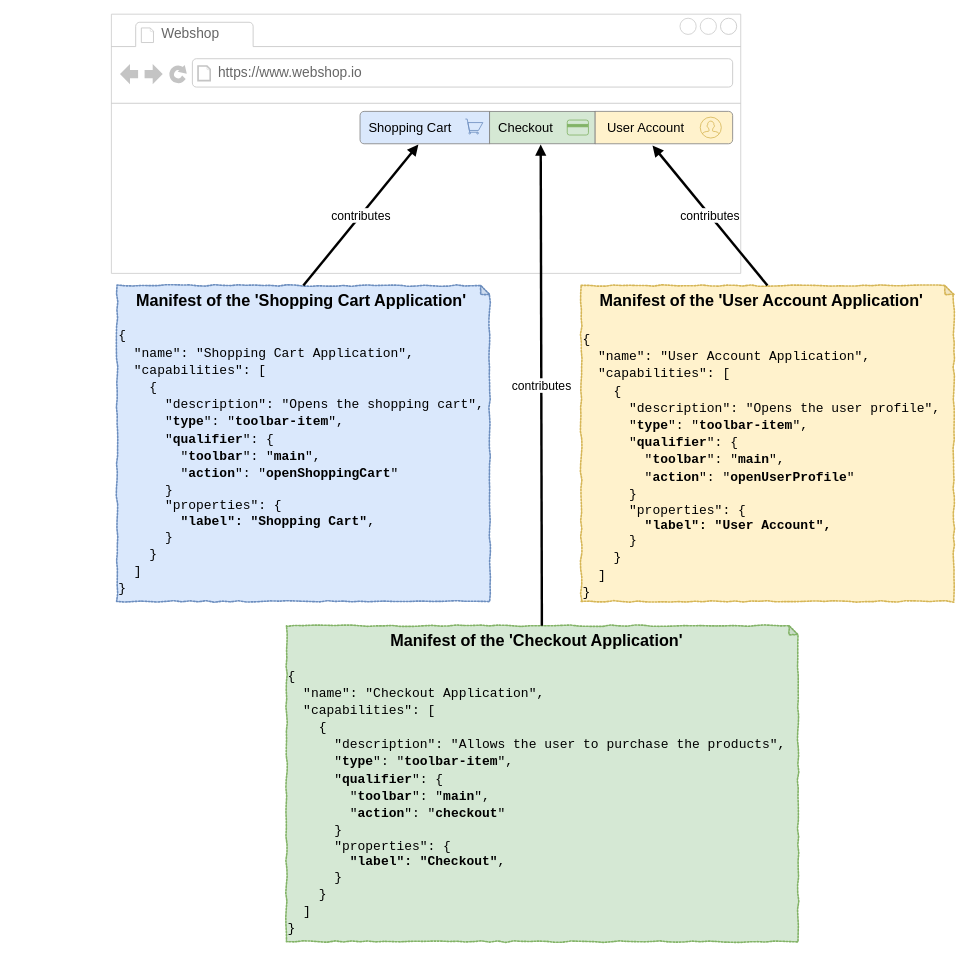
This is page "capability-contribution" (7 of 18) of docs/adoc/microfrontend-platform-developer-guide/developer-guide.drawio from SchweizerischeBundesbahnen/scion-microfrontend-platform, a draw.io file, before an edit. Source tidied: cells renumbered, new cells numbered last; positions are measured from the earlier drawing's top-left corner, leaving out a move shared by most shapes. Both pictures are drawn from the tidied source at 81%, with x=0, y=0 at pixel (14, 14).
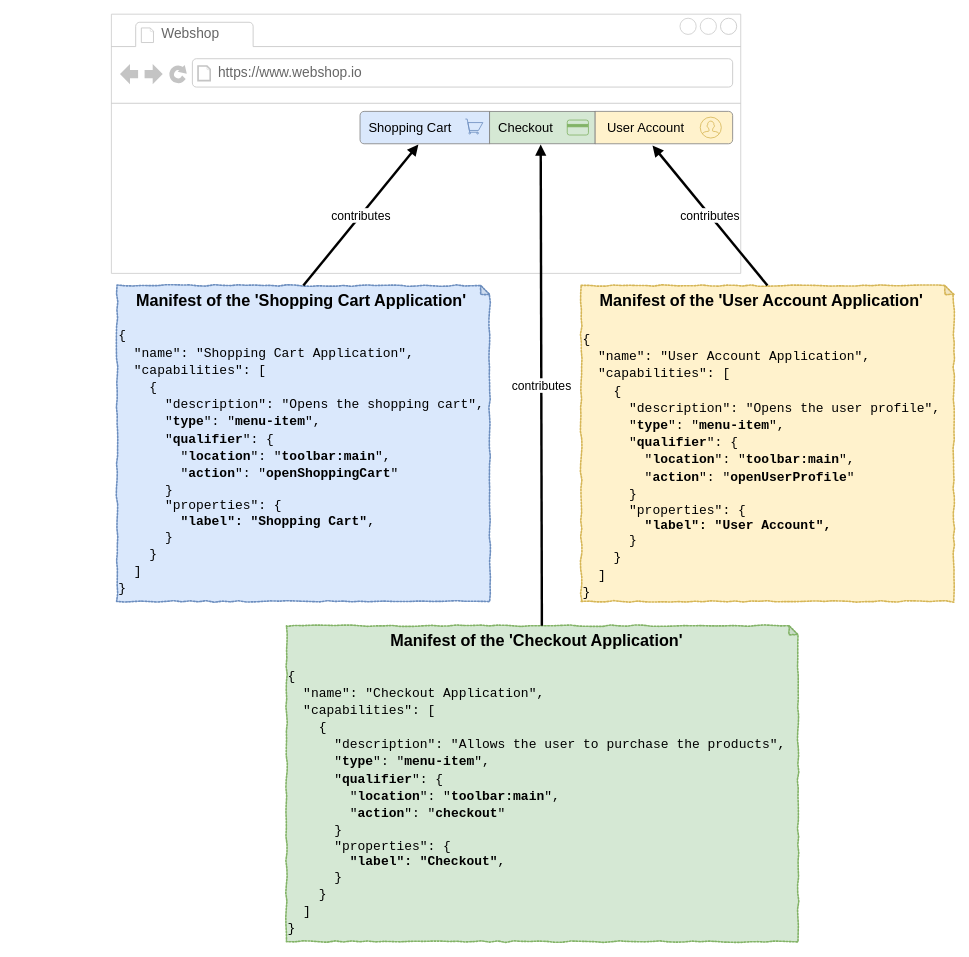
Above is the later version.

What changed in the source:
```diff
@@
-    <mxCell id="14" value="&lt;div style=&quot;text-align: center&quot;&gt;&lt;font size=&quot;1&quot;&gt;&lt;b style=&quot;font-size: 20px&quot;&gt;Manifest of the 'Shopping Cart Application'&lt;/b&gt;&lt;/font&gt;&lt;/div&gt;&lt;div style=&quot;font-size: 17px&quot;&gt;&lt;font face=&quot;Courier New&quot; style=&quot;font-size: 17px&quot;&gt;&lt;br&gt;&lt;/font&gt;&lt;/div&gt;&lt;div style=&quot;font-size: 16px&quot;&gt;&lt;font face=&quot;Courier New&quot; style=&quot;font-size: 16px&quot;&gt;{&lt;/font&gt;&lt;/div&gt;&lt;div style=&quot;font-size: 16px&quot;&gt;&lt;font face=&quot;Courier New&quot; style=&quot;font-size: 16px&quot;&gt;&amp;nbsp; &quot;name&quot;: &quot;Shopping Cart Application&quot;,&lt;/font&gt;&lt;/div&gt;&lt;div style=&quot;font-size: 16px&quot;&gt;&lt;font face=&quot;Courier New&quot; style=&quot;font-size: 16px&quot;&gt;&amp;nbsp; &quot;capabilities&quot;: [&lt;/font&gt;&lt;/div&gt;&lt;div style=&quot;font-size: 16px&quot;&gt;&lt;font face=&quot;Courier New&quot; style=&quot;font-size: 16px&quot;&gt;&amp;nbsp; &amp;nbsp; {&lt;/font&gt;&lt;/div&gt;&lt;div style=&quot;font-size: 16px&quot;&gt;&lt;font face=&quot;Courier New&quot; style=&quot;font-size: 16px&quot;&gt;&amp;nbsp; &amp;nbsp; &amp;nbsp; &quot;description&quot;: &quot;Opens the shopping cart&quot;,&lt;/font&gt;&lt;/div&gt;&lt;div style=&quot;font-size: 16px&quot;&gt;&lt;font face=&quot;Courier New&quot; style=&quot;font-size: 16px&quot;&gt;&amp;nbsp; &amp;nbsp; &amp;nbsp; &quot;&lt;b&gt;type&lt;/b&gt;&quot;: &quot;&lt;b&gt;toolbar-item&lt;/b&gt;&quot;,&lt;/font&gt;&lt;/div&gt;&lt;div style=&quot;font-size: 16px&quot;&gt;&lt;font face=&quot;Courier New&quot; style=&quot;font-size: 16px&quot;&gt;&amp;nbsp; &amp;nbsp; &amp;nbsp; &quot;&lt;b&gt;qualifier&lt;/b&gt;&quot;: {&lt;/font&gt;&lt;/div&gt;&lt;div style=&quot;font-size: 16px&quot;&gt;&lt;font face=&quot;Courier New&quot; style=&quot;font-size: 16px&quot;&gt;&amp;nbsp; &amp;nbsp; &amp;nbsp; &amp;nbsp; &quot;&lt;b&gt;toolbar&lt;/b&gt;&quot;: &quot;&lt;b&gt;main&lt;/b&gt;&quot;,&lt;/font&gt;&lt;/div&gt;&lt;div style=&quot;font-size: 16px&quot;&gt;&lt;font face=&quot;Courier New&quot; style=&quot;font-size: 16px&quot;&gt;&amp;nbsp; &amp;nbsp; &amp;nbsp; &amp;nbsp; &quot;&lt;b&gt;action&lt;/b&gt;&quot;: &quot;&lt;b&gt;openShoppingCart&lt;/b&gt;&quot;&lt;/font&gt;&lt;/div&gt;&lt;div style=&quot;font-size: 16px&quot;&gt;&lt;font face=&quot;Courier New&quot; style=&quot;font-size: 16px&quot;&gt;&amp;nbsp; &amp;nbsp; &amp;nbsp; }&lt;/font&gt;&lt;/div&gt;&lt;div style=&quot;font-size: 16px&quot;&gt;&lt;font face=&quot;Courier New&quot; style=&quot;font-size: 16px&quot;&gt;&lt;div&gt;&amp;nbsp; &amp;nbsp; &amp;nbsp; &quot;properties&quot;: {&lt;/div&gt;&lt;div&gt;&amp;nbsp; &amp;nbsp; &amp;nbsp; &amp;nbsp; &lt;b&gt;&quot;label&quot;: &quot;Shopping Cart&quot;&lt;/b&gt;,&lt;/div&gt;&lt;div&gt;&amp;nbsp; &amp;nbsp; &amp;nbsp; }&lt;/div&gt;&lt;/font&gt;&lt;/div&gt;&lt;div style=&quot;font-size: 16px&quot;&gt;&lt;font face=&quot;Courier New&quot; style=&quot;font-size: 16px&quot;&gt;&amp;nbsp; &amp;nbsp; }&lt;/font&gt;&lt;/div&gt;&lt;div style=&quot;font-size: 16px&quot;&gt;&lt;font face=&quot;Courier New&quot; style=&quot;font-size: 16px&quot;&gt;&amp;nbsp; ]&lt;/font&gt;&lt;/div&gt;&lt;div style=&quot;font-size: 16px&quot;&gt;&lt;font face=&quot;Courier New&quot; style=&quot;font-size: 16px&quot;&gt;}&lt;/font&gt;&lt;/div&gt;" style="shape=note;whiteSpace=wrap;html=1;backgroundOutline=1;darkOpacity=0.05;rounded=0;shadow=0;glass=0;comic=1;strokeColor=#6c8ebf;strokeWidth=2;fillColor=#dae8fc;align=left;dashed=1;dashPattern=1 1;size=11;verticalAlign=top;" parent="1" vertex="1">
+    <mxCell id="14" value="&lt;div style=&quot;text-align: center&quot;&gt;&lt;font size=&quot;1&quot;&gt;&lt;b style=&quot;font-size: 20px&quot;&gt;Manifest of the 'Shopping Cart Application'&lt;/b&gt;&lt;/font&gt;&lt;/div&gt;&lt;div style=&quot;font-size: 17px&quot;&gt;&lt;font face=&quot;Courier New&quot; style=&quot;font-size: 17px&quot;&gt;&lt;br&gt;&lt;/font&gt;&lt;/div&gt;&lt;div style=&quot;font-size: 16px&quot;&gt;&lt;font face=&quot;Courier New&quot; style=&quot;font-size: 16px&quot;&gt;{&lt;/font&gt;&lt;/div&gt;&lt;div style=&quot;font-size: 16px&quot;&gt;&lt;font face=&quot;Courier New&quot; style=&quot;font-size: 16px&quot;&gt;&amp;nbsp; &quot;name&quot;: &quot;Shopping Cart Application&quot;,&lt;/font&gt;&lt;/div&gt;&lt;div style=&quot;font-size: 16px&quot;&gt;&lt;font face=&quot;Courier New&quot; style=&quot;font-size: 16px&quot;&gt;&amp;nbsp; &quot;capabilities&quot;: [&lt;/font&gt;&lt;/div&gt;&lt;div style=&quot;font-size: 16px&quot;&gt;&lt;font face=&quot;Courier New&quot; style=&quot;font-size: 16px&quot;&gt;&amp;nbsp; &amp;nbsp; {&lt;/font&gt;&lt;/div&gt;&lt;div style=&quot;font-size: 16px&quot;&gt;&lt;font face=&quot;Courier New&quot; style=&quot;font-size: 16px&quot;&gt;&amp;nbsp; &amp;nbsp; &amp;nbsp; &quot;description&quot;: &quot;Opens the shopping cart&quot;,&lt;/font&gt;&lt;/div&gt;&lt;div style=&quot;font-size: 16px&quot;&gt;&lt;font face=&quot;Courier New&quot; style=&quot;font-size: 16px&quot;&gt;&amp;nbsp; &amp;nbsp; &amp;nbsp; &quot;&lt;b&gt;type&lt;/b&gt;&quot;: &quot;&lt;b&gt;menu-item&lt;/b&gt;&quot;,&lt;/font&gt;&lt;/div&gt;&lt;div style=&quot;font-size: 16px&quot;&gt;&lt;font face=&quot;Courier New&quot; style=&quot;font-size: 16px&quot;&gt;&amp;nbsp; &amp;nbsp; &amp;nbsp; &quot;&lt;b&gt;qualifier&lt;/b&gt;&quot;: {&lt;/font&gt;&lt;/div&gt;&lt;div style=&quot;font-size: 16px&quot;&gt;&lt;font face=&quot;Courier New&quot; style=&quot;font-size: 16px&quot;&gt;&amp;nbsp; &amp;nbsp; &amp;nbsp; &amp;nbsp; &quot;&lt;b&gt;location&lt;/b&gt;&quot;: &quot;&lt;b&gt;toolbar:main&lt;/b&gt;&quot;,&lt;/font&gt;&lt;/div&gt;&lt;div style=&quot;font-size: 16px&quot;&gt;&lt;font face=&quot;Courier New&quot; style=&quot;font-size: 16px&quot;&gt;&amp;nbsp; &amp;nbsp; &amp;nbsp; &amp;nbsp; &quot;&lt;b&gt;action&lt;/b&gt;&quot;: &quot;&lt;b&gt;openShoppingCart&lt;/b&gt;&quot;&lt;/font&gt;&lt;/div&gt;&lt;div style=&quot;font-size: 16px&quot;&gt;&lt;font face=&quot;Courier New&quot; style=&quot;font-size: 16px&quot;&gt;&amp;nbsp; &amp;nbsp; &amp;nbsp; }&lt;/font&gt;&lt;/div&gt;&lt;div style=&quot;font-size: 16px&quot;&gt;&lt;font face=&quot;Courier New&quot; style=&quot;font-size: 16px&quot;&gt;&lt;div&gt;&amp;nbsp; &amp;nbsp; &amp;nbsp; &quot;properties&quot;: {&lt;/div&gt;&lt;div&gt;&amp;nbsp; &amp;nbsp; &amp;nbsp; &amp;nbsp; &lt;b&gt;&quot;label&quot;: &quot;Shopping Cart&quot;&lt;/b&gt;,&lt;/div&gt;&lt;div&gt;&amp;nbsp; &amp;nbsp; &amp;nbsp; }&lt;/div&gt;&lt;/font&gt;&lt;/div&gt;&lt;div style=&quot;font-size: 16px&quot;&gt;&lt;font face=&quot;Courier New&quot; style=&quot;font-size: 16px&quot;&gt;&amp;nbsp; &amp;nbsp; }&lt;/font&gt;&lt;/div&gt;&lt;div style=&quot;font-size: 16px&quot;&gt;&lt;font face=&quot;Courier New&quot; style=&quot;font-size: 16px&quot;&gt;&amp;nbsp; ]&lt;/font&gt;&lt;/div&gt;&lt;div style=&quot;font-size: 16px&quot;&gt;&lt;font face=&quot;Courier New&quot; style=&quot;font-size: 16px&quot;&gt;}&lt;/font&gt;&lt;/div&gt;" style="shape=note;whiteSpace=wrap;html=1;backgroundOutline=1;darkOpacity=0.05;rounded=0;shadow=0;glass=0;comic=1;strokeColor=#6c8ebf;strokeWidth=2;fillColor=#dae8fc;align=left;dashed=1;dashPattern=1 1;size=11;verticalAlign=top;" parent="1" vertex="1">
       <mxGeometry x="127" y="335" width="460" height="390" as="geometry" />
     </mxCell>
-    <mxCell id="15" value="&lt;div style=&quot;text-align: center&quot;&gt;&lt;font size=&quot;1&quot;&gt;&lt;b style=&quot;font-size: 20px&quot;&gt;Manifest of the 'Checkout Application'&lt;/b&gt;&lt;/font&gt;&lt;/div&gt;&lt;div style=&quot;font-size: 17px&quot;&gt;&lt;font face=&quot;Courier New&quot; style=&quot;font-size: 17px&quot;&gt;&lt;br&gt;&lt;/font&gt;&lt;/div&gt;&lt;div style=&quot;font-size: 16px&quot;&gt;&lt;font face=&quot;Courier New&quot; style=&quot;font-size: 16px&quot;&gt;{&lt;/font&gt;&lt;/div&gt;&lt;div style=&quot;font-size: 16px&quot;&gt;&lt;font face=&quot;Courier New&quot; style=&quot;font-size: 16px&quot;&gt;&amp;nbsp; &quot;name&quot;: &quot;Checkout Application&quot;,&lt;/font&gt;&lt;/div&gt;&lt;div style=&quot;font-size: 16px&quot;&gt;&lt;font face=&quot;Courier New&quot; style=&quot;font-size: 16px&quot;&gt;&amp;nbsp; &quot;capabilities&quot;: [&lt;/font&gt;&lt;/div&gt;&lt;div style=&quot;font-size: 16px&quot;&gt;&lt;font face=&quot;Courier New&quot; style=&quot;font-size: 16px&quot;&gt;&amp;nbsp; &amp;nbsp; {&lt;/font&gt;&lt;/div&gt;&lt;div style=&quot;font-size: 16px&quot;&gt;&lt;font face=&quot;Courier New&quot; style=&quot;font-size: 16px&quot;&gt;&amp;nbsp; &amp;nbsp; &amp;nbsp; &quot;description&quot;: &quot;Allows the user to purchase the products&quot;,&lt;/font&gt;&lt;/div&gt;&lt;div style=&quot;font-size: 16px&quot;&gt;&lt;font face=&quot;Courier New&quot; style=&quot;font-size: 16px&quot;&gt;&amp;nbsp; &amp;nbsp; &amp;nbsp; &quot;&lt;b&gt;type&lt;/b&gt;&quot;: &quot;&lt;b&gt;toolbar-item&lt;/b&gt;&quot;,&lt;/font&gt;&lt;/div&gt;&lt;div style=&quot;font-size: 16px&quot;&gt;&lt;font face=&quot;Courier New&quot; style=&quot;font-size: 16px&quot;&gt;&amp;nbsp; &amp;nbsp; &amp;nbsp; &quot;&lt;b&gt;qualifier&lt;/b&gt;&quot;: {&lt;/font&gt;&lt;/div&gt;&lt;div style=&quot;font-size: 16px&quot;&gt;&lt;font face=&quot;Courier New&quot; style=&quot;font-size: 16px&quot;&gt;&amp;nbsp; &amp;nbsp; &amp;nbsp; &amp;nbsp; &quot;&lt;b&gt;toolbar&lt;/b&gt;&quot;: &quot;&lt;b&gt;main&lt;/b&gt;&quot;,&lt;/font&gt;&lt;/div&gt;&lt;div style=&quot;font-size: 16px&quot;&gt;&lt;font face=&quot;Courier New&quot; style=&quot;font-size: 16px&quot;&gt;&amp;nbsp; &amp;nbsp; &amp;nbsp; &amp;nbsp; &quot;&lt;b&gt;action&lt;/b&gt;&quot;: &quot;&lt;b&gt;checkout&lt;/b&gt;&quot;&lt;/font&gt;&lt;/div&gt;&lt;div style=&quot;font-size: 16px&quot;&gt;&lt;font face=&quot;Courier New&quot; style=&quot;font-size: 16px&quot;&gt;&amp;nbsp; &amp;nbsp; &amp;nbsp; }&lt;/font&gt;&lt;/div&gt;&lt;div style=&quot;font-size: 16px&quot;&gt;&lt;div style=&quot;font-family: &amp;#34;courier new&amp;#34;&quot;&gt;&amp;nbsp; &amp;nbsp; &amp;nbsp; &quot;properties&quot;: {&lt;/div&gt;&lt;div style=&quot;font-family: &amp;#34;courier new&amp;#34;&quot;&gt;&amp;nbsp; &amp;nbsp; &amp;nbsp; &amp;nbsp; &lt;b&gt;&quot;label&quot;: &quot;Checkout&quot;&lt;/b&gt;,&lt;/div&gt;&lt;div style=&quot;font-family: &amp;#34;courier new&amp;#34;&quot;&gt;&amp;nbsp; &amp;nbsp; &amp;nbsp; }&lt;/div&gt;&lt;/div&gt;&lt;div style=&quot;font-size: 16px&quot;&gt;&lt;font face=&quot;Courier New&quot; style=&quot;font-size: 16px&quot;&gt;&amp;nbsp; &amp;nbsp; }&lt;/font&gt;&lt;/div&gt;&lt;div style=&quot;font-size: 16px&quot;&gt;&lt;font face=&quot;Courier New&quot; style=&quot;font-size: 16px&quot;&gt;&amp;nbsp; ]&lt;/font&gt;&lt;/div&gt;&lt;div style=&quot;font-size: 16px&quot;&gt;&lt;font face=&quot;Courier New&quot; style=&quot;font-size: 16px&quot;&gt;}&lt;/font&gt;&lt;/div&gt;" style="shape=note;whiteSpace=wrap;html=1;backgroundOutline=1;darkOpacity=0.05;rounded=0;shadow=0;glass=0;comic=1;strokeColor=#82b366;strokeWidth=2;fillColor=#d5e8d4;align=left;dashed=1;dashPattern=1 1;size=11;verticalAlign=top;" parent="1" vertex="1">
+    <mxCell id="15" value="&lt;div style=&quot;text-align: center&quot;&gt;&lt;font size=&quot;1&quot;&gt;&lt;b style=&quot;font-size: 20px&quot;&gt;Manifest of the 'Checkout Application'&lt;/b&gt;&lt;/font&gt;&lt;/div&gt;&lt;div style=&quot;font-size: 17px&quot;&gt;&lt;font face=&quot;Courier New&quot; style=&quot;font-size: 17px&quot;&gt;&lt;br&gt;&lt;/font&gt;&lt;/div&gt;&lt;div style=&quot;font-size: 16px&quot;&gt;&lt;font face=&quot;Courier New&quot; style=&quot;font-size: 16px&quot;&gt;{&lt;/font&gt;&lt;/div&gt;&lt;div style=&quot;font-size: 16px&quot;&gt;&lt;font face=&quot;Courier New&quot; style=&quot;font-size: 16px&quot;&gt;&amp;nbsp; &quot;name&quot;: &quot;Checkout Application&quot;,&lt;/font&gt;&lt;/div&gt;&lt;div style=&quot;font-size: 16px&quot;&gt;&lt;font face=&quot;Courier New&quot; style=&quot;font-size: 16px&quot;&gt;&amp;nbsp; &quot;capabilities&quot;: [&lt;/font&gt;&lt;/div&gt;&lt;div style=&quot;font-size: 16px&quot;&gt;&lt;font face=&quot;Courier New&quot; style=&quot;font-size: 16px&quot;&gt;&amp;nbsp; &amp;nbsp; {&lt;/font&gt;&lt;/div&gt;&lt;div style=&quot;font-size: 16px&quot;&gt;&lt;font face=&quot;Courier New&quot; style=&quot;font-size: 16px&quot;&gt;&amp;nbsp; &amp;nbsp; &amp;nbsp; &quot;description&quot;: &quot;Allows the user to purchase the products&quot;,&lt;/font&gt;&lt;/div&gt;&lt;div style=&quot;font-size: 16px&quot;&gt;&lt;font face=&quot;Courier New&quot; style=&quot;font-size: 16px&quot;&gt;&amp;nbsp; &amp;nbsp; &amp;nbsp; &quot;&lt;b&gt;type&lt;/b&gt;&quot;: &quot;&lt;b&gt;menu-item&lt;/b&gt;&quot;,&lt;/font&gt;&lt;/div&gt;&lt;div style=&quot;font-size: 16px&quot;&gt;&lt;font face=&quot;Courier New&quot; style=&quot;font-size: 16px&quot;&gt;&amp;nbsp; &amp;nbsp; &amp;nbsp; &quot;&lt;b&gt;qualifier&lt;/b&gt;&quot;: {&lt;/font&gt;&lt;/div&gt;&lt;div style=&quot;font-size: 16px&quot;&gt;&lt;font face=&quot;Courier New&quot; style=&quot;font-size: 16px&quot;&gt;&amp;nbsp; &amp;nbsp; &amp;nbsp; &amp;nbsp; &quot;&lt;b&gt;location&lt;/b&gt;&quot;: &quot;&lt;b&gt;toolbar:main&lt;/b&gt;&quot;,&lt;/font&gt;&lt;/div&gt;&lt;div style=&quot;font-size: 16px&quot;&gt;&lt;font face=&quot;Courier New&quot; style=&quot;font-size: 16px&quot;&gt;&amp;nbsp; &amp;nbsp; &amp;nbsp; &amp;nbsp; &quot;&lt;b&gt;action&lt;/b&gt;&quot;: &quot;&lt;b&gt;checkout&lt;/b&gt;&quot;&lt;/font&gt;&lt;/div&gt;&lt;div style=&quot;font-size: 16px&quot;&gt;&lt;font face=&quot;Courier New&quot; style=&quot;font-size: 16px&quot;&gt;&amp;nbsp; &amp;nbsp; &amp;nbsp; }&lt;/font&gt;&lt;/div&gt;&lt;div style=&quot;font-size: 16px&quot;&gt;&lt;div style=&quot;font-family: &amp;#34;courier new&amp;#34;&quot;&gt;&amp;nbsp; &amp;nbsp; &amp;nbsp; &quot;properties&quot;: {&lt;/div&gt;&lt;div style=&quot;font-family: &amp;#34;courier new&amp;#34;&quot;&gt;&amp;nbsp; &amp;nbsp; &amp;nbsp; &amp;nbsp; &lt;b&gt;&quot;label&quot;: &quot;Checkout&quot;&lt;/b&gt;,&lt;/div&gt;&lt;div style=&quot;font-family: &amp;#34;courier new&amp;#34;&quot;&gt;&amp;nbsp; &amp;nbsp; &amp;nbsp; }&lt;/div&gt;&lt;/div&gt;&lt;div style=&quot;font-size: 16px&quot;&gt;&lt;font face=&quot;Courier New&quot; style=&quot;font-size: 16px&quot;&gt;&amp;nbsp; &amp;nbsp; }&lt;/font&gt;&lt;/div&gt;&lt;div style=&quot;font-size: 16px&quot;&gt;&lt;font face=&quot;Courier New&quot; style=&quot;font-size: 16px&quot;&gt;&amp;nbsp; ]&lt;/font&gt;&lt;/div&gt;&lt;div style=&quot;font-size: 16px&quot;&gt;&lt;font face=&quot;Courier New&quot; style=&quot;font-size: 16px&quot;&gt;}&lt;/font&gt;&lt;/div&gt;" style="shape=note;whiteSpace=wrap;html=1;backgroundOutline=1;darkOpacity=0.05;rounded=0;shadow=0;glass=0;comic=1;strokeColor=#82b366;strokeWidth=2;fillColor=#d5e8d4;align=left;dashed=1;dashPattern=1 1;size=11;verticalAlign=top;" parent="1" vertex="1">
       <mxGeometry x="336.2" y="755" width="631.5" height="390" as="geometry" />
     </mxCell>
-    <mxCell id="16" value="&lt;div style=&quot;text-align: center ; font-size: 20px&quot;&gt;&lt;font style=&quot;font-size: 20px&quot;&gt;&lt;b&gt;Manifest of the 'User Account Application'&lt;/b&gt;&lt;/font&gt;&lt;/div&gt;&lt;div style=&quot;font-size: 20px&quot;&gt;&lt;font face=&quot;Courier New&quot; style=&quot;font-size: 20px&quot;&gt;&lt;br&gt;&lt;/font&gt;&lt;/div&gt;&lt;div style=&quot;font-size: 16px&quot;&gt;&lt;font face=&quot;Courier New&quot; style=&quot;font-size: 16px&quot;&gt;{&lt;/font&gt;&lt;/div&gt;&lt;div style=&quot;font-size: 16px&quot;&gt;&lt;font face=&quot;Courier New&quot; style=&quot;font-size: 16px&quot;&gt;&amp;nbsp; &quot;name&quot;: &quot;User Account Application&quot;,&lt;/font&gt;&lt;/div&gt;&lt;div style=&quot;font-size: 16px&quot;&gt;&lt;font face=&quot;Courier New&quot; style=&quot;font-size: 16px&quot;&gt;&amp;nbsp; &quot;capabilities&quot;: [&lt;/font&gt;&lt;/div&gt;&lt;div style=&quot;font-size: 16px&quot;&gt;&lt;font face=&quot;Courier New&quot; style=&quot;font-size: 16px&quot;&gt;&amp;nbsp; &amp;nbsp; {&lt;/font&gt;&lt;/div&gt;&lt;div style=&quot;font-size: 16px&quot;&gt;&lt;font face=&quot;Courier New&quot; style=&quot;font-size: 16px&quot;&gt;&amp;nbsp; &amp;nbsp; &amp;nbsp; &quot;description&quot;: &quot;Opens the user profile&quot;,&lt;/font&gt;&lt;/div&gt;&lt;div style=&quot;font-size: 16px&quot;&gt;&lt;font face=&quot;Courier New&quot; style=&quot;font-size: 16px&quot;&gt;&amp;nbsp; &amp;nbsp; &amp;nbsp; &quot;&lt;b&gt;type&lt;/b&gt;&quot;: &quot;&lt;b&gt;toolbar-item&lt;/b&gt;&quot;,&lt;/font&gt;&lt;/div&gt;&lt;div style=&quot;font-size: 16px&quot;&gt;&lt;font face=&quot;Courier New&quot; style=&quot;font-size: 16px&quot;&gt;&amp;nbsp; &amp;nbsp; &amp;nbsp; &quot;&lt;b&gt;qualifier&lt;/b&gt;&quot;: {&lt;/font&gt;&lt;/div&gt;&lt;div style=&quot;font-size: 16px&quot;&gt;&lt;font face=&quot;Courier New&quot; style=&quot;font-size: 16px&quot;&gt;&amp;nbsp; &amp;nbsp; &amp;nbsp; &amp;nbsp; &quot;&lt;b&gt;toolbar&lt;/b&gt;&quot;: &quot;&lt;b&gt;main&lt;/b&gt;&quot;,&lt;/font&gt;&lt;/div&gt;&lt;div style=&quot;font-size: 16px&quot;&gt;&lt;font face=&quot;Courier New&quot; style=&quot;font-size: 16px&quot;&gt;&amp;nbsp; &amp;nbsp; &amp;nbsp; &amp;nbsp; &quot;&lt;b&gt;action&lt;/b&gt;&quot;: &quot;&lt;b&gt;openUserProfile&lt;/b&gt;&quot;&lt;/font&gt;&lt;/div&gt;&lt;div style=&quot;font-size: 16px&quot;&gt;&lt;font face=&quot;Courier New&quot; style=&quot;font-size: 16px&quot;&gt;&amp;nbsp; &amp;nbsp; &amp;nbsp; }&lt;/font&gt;&lt;/div&gt;&lt;div style=&quot;font-size: 16px&quot;&gt;&lt;div style=&quot;font-family: &amp;#34;courier new&amp;#34;&quot;&gt;&amp;nbsp; &amp;nbsp; &amp;nbsp; &quot;properties&quot;: {&lt;/div&gt;&lt;div style=&quot;font-family: &amp;#34;courier new&amp;#34;&quot;&gt;&lt;b&gt;&amp;nbsp; &amp;nbsp; &amp;nbsp; &amp;nbsp; &quot;label&quot;: &quot;User Account&quot;,&lt;/b&gt;&lt;/div&gt;&lt;div style=&quot;font-family: &amp;#34;courier new&amp;#34;&quot;&gt;&amp;nbsp; &amp;nbsp; &amp;nbsp; }&lt;/div&gt;&lt;/div&gt;&lt;div style=&quot;font-size: 16px&quot;&gt;&lt;font face=&quot;Courier New&quot; style=&quot;font-size: 16px&quot;&gt;&amp;nbsp; &amp;nbsp; }&lt;/font&gt;&lt;/div&gt;&lt;div style=&quot;font-size: 16px&quot;&gt;&lt;font face=&quot;Courier New&quot; style=&quot;font-size: 16px&quot;&gt;&amp;nbsp; ]&lt;/font&gt;&lt;/div&gt;&lt;div style=&quot;font-size: 16px&quot;&gt;&lt;font face=&quot;Courier New&quot; style=&quot;font-size: 16px&quot;&gt;}&lt;/font&gt;&lt;/div&gt;" style="shape=note;whiteSpace=wrap;html=1;backgroundOutline=1;darkOpacity=0.05;rounded=0;shadow=0;glass=0;comic=1;strokeColor=#d6b656;strokeWidth=2;fillColor=#fff2cc;align=left;dashed=1;dashPattern=1 1;size=11;verticalAlign=top;" parent="1" vertex="1">
+    <mxCell id="16" value="&lt;div style=&quot;text-align: center ; font-size: 20px&quot;&gt;&lt;font style=&quot;font-size: 20px&quot;&gt;&lt;b&gt;Manifest of the 'User Account Application'&lt;/b&gt;&lt;/font&gt;&lt;/div&gt;&lt;div style=&quot;font-size: 20px&quot;&gt;&lt;font face=&quot;Courier New&quot; style=&quot;font-size: 20px&quot;&gt;&lt;br&gt;&lt;/font&gt;&lt;/div&gt;&lt;div style=&quot;font-size: 16px&quot;&gt;&lt;font face=&quot;Courier New&quot; style=&quot;font-size: 16px&quot;&gt;{&lt;/font&gt;&lt;/div&gt;&lt;div style=&quot;font-size: 16px&quot;&gt;&lt;font face=&quot;Courier New&quot; style=&quot;font-size: 16px&quot;&gt;&amp;nbsp; &quot;name&quot;: &quot;User Account Application&quot;,&lt;/font&gt;&lt;/div&gt;&lt;div style=&quot;font-size: 16px&quot;&gt;&lt;font face=&quot;Courier New&quot; style=&quot;font-size: 16px&quot;&gt;&amp;nbsp; &quot;capabilities&quot;: [&lt;/font&gt;&lt;/div&gt;&lt;div style=&quot;font-size: 16px&quot;&gt;&lt;font face=&quot;Courier New&quot; style=&quot;font-size: 16px&quot;&gt;&amp;nbsp; &amp;nbsp; {&lt;/font&gt;&lt;/div&gt;&lt;div style=&quot;font-size: 16px&quot;&gt;&lt;font face=&quot;Courier New&quot; style=&quot;font-size: 16px&quot;&gt;&amp;nbsp; &amp;nbsp; &amp;nbsp; &quot;description&quot;: &quot;Opens the user profile&quot;,&lt;/font&gt;&lt;/div&gt;&lt;div style=&quot;font-size: 16px&quot;&gt;&lt;font face=&quot;Courier New&quot; style=&quot;font-size: 16px&quot;&gt;&amp;nbsp; &amp;nbsp; &amp;nbsp; &quot;&lt;b&gt;type&lt;/b&gt;&quot;: &quot;&lt;b&gt;menu-item&lt;/b&gt;&quot;,&lt;/font&gt;&lt;/div&gt;&lt;div style=&quot;font-size: 16px&quot;&gt;&lt;font face=&quot;Courier New&quot; style=&quot;font-size: 16px&quot;&gt;&amp;nbsp; &amp;nbsp; &amp;nbsp; &quot;&lt;b&gt;qualifier&lt;/b&gt;&quot;: {&lt;/font&gt;&lt;/div&gt;&lt;div style=&quot;font-size: 16px&quot;&gt;&lt;font face=&quot;Courier New&quot; style=&quot;font-size: 16px&quot;&gt;&amp;nbsp; &amp;nbsp; &amp;nbsp; &amp;nbsp; &quot;&lt;b&gt;location&lt;/b&gt;&quot;: &quot;&lt;b&gt;toolbar:main&lt;/b&gt;&quot;,&lt;/font&gt;&lt;/div&gt;&lt;div style=&quot;font-size: 16px&quot;&gt;&lt;font face=&quot;Courier New&quot; style=&quot;font-size: 16px&quot;&gt;&amp;nbsp; &amp;nbsp; &amp;nbsp; &amp;nbsp; &quot;&lt;b&gt;action&lt;/b&gt;&quot;: &quot;&lt;b&gt;openUserProfile&lt;/b&gt;&quot;&lt;/font&gt;&lt;/div&gt;&lt;div style=&quot;font-size: 16px&quot;&gt;&lt;font face=&quot;Courier New&quot; style=&quot;font-size: 16px&quot;&gt;&amp;nbsp; &amp;nbsp; &amp;nbsp; }&lt;/font&gt;&lt;/div&gt;&lt;div style=&quot;font-size: 16px&quot;&gt;&lt;div style=&quot;font-family: &amp;#34;courier new&amp;#34;&quot;&gt;&amp;nbsp; &amp;nbsp; &amp;nbsp; &quot;properties&quot;: {&lt;/div&gt;&lt;div style=&quot;font-family: &amp;#34;courier new&amp;#34;&quot;&gt;&lt;b&gt;&amp;nbsp; &amp;nbsp; &amp;nbsp; &amp;nbsp; &quot;label&quot;: &quot;User Account&quot;,&lt;/b&gt;&lt;/div&gt;&lt;div style=&quot;font-family: &amp;#34;courier new&amp;#34;&quot;&gt;&amp;nbsp; &amp;nbsp; &amp;nbsp; }&lt;/div&gt;&lt;/div&gt;&lt;div style=&quot;font-size: 16px&quot;&gt;&lt;font face=&quot;Courier New&quot; style=&quot;font-size: 16px&quot;&gt;&amp;nbsp; &amp;nbsp; }&lt;/font&gt;&lt;/div&gt;&lt;div style=&quot;font-size: 16px&quot;&gt;&lt;font face=&quot;Courier New&quot; style=&quot;font-size: 16px&quot;&gt;&amp;nbsp; ]&lt;/font&gt;&lt;/div&gt;&lt;div style=&quot;font-size: 16px&quot;&gt;&lt;font face=&quot;Courier New&quot; style=&quot;font-size: 16px&quot;&gt;}&lt;/font&gt;&lt;/div&gt;" style="shape=note;whiteSpace=wrap;html=1;backgroundOutline=1;darkOpacity=0.05;rounded=0;shadow=0;glass=0;comic=1;strokeColor=#d6b656;strokeWidth=2;fillColor=#fff2cc;align=left;dashed=1;dashPattern=1 1;size=11;verticalAlign=top;" parent="1" vertex="1">
       <mxGeometry x="700" y="335" width="460" height="390" as="geometry" />
     </mxCell>
```
